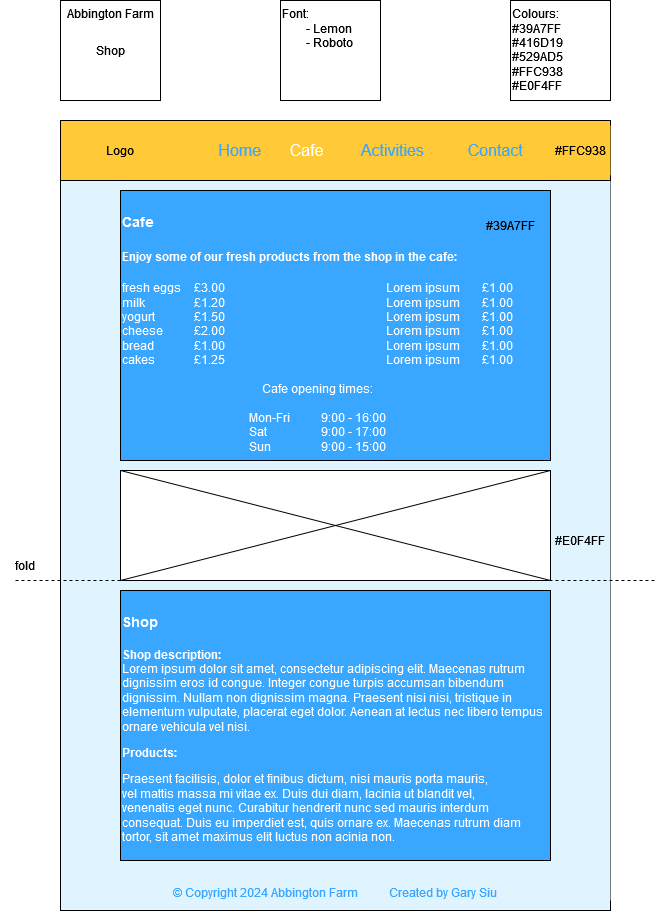
G-Siu/100DaysOfCode keeps this draw.io diagram as GCC Software Development/Web Course/Assignment/Task 1/Shop.png. Above is the earlier version. Source tidied: cells renumbered, new cells last; positions are measured from the earlier drawing's top-left corner, leaving out a move shared by most shapes.
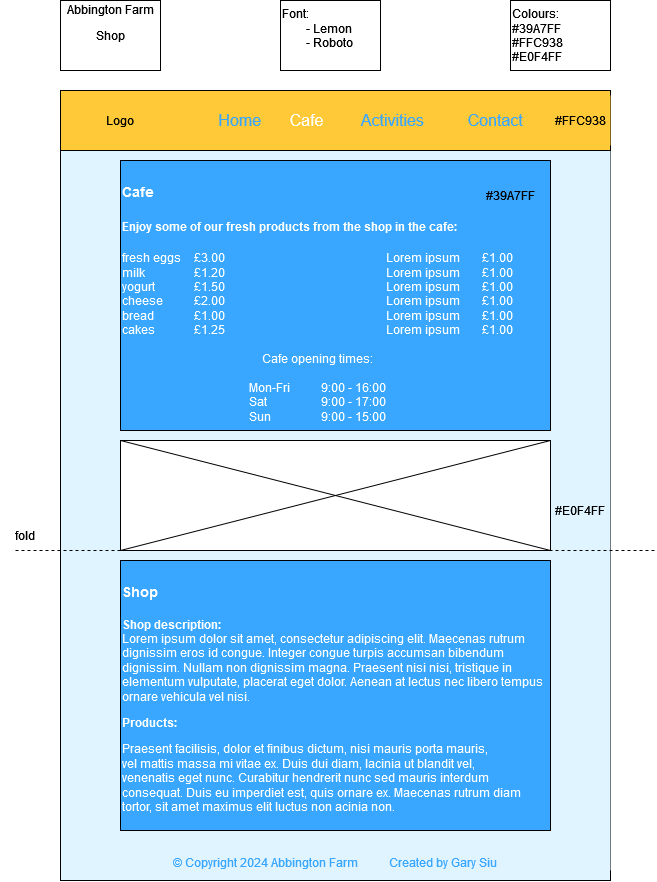
After the commit.

The edit, as a diff of the source:
```diff
@@ -2,18 +2,6 @@
   <root>
     <mxCell id="0" />
     <mxCell id="1" parent="0" />
-    <mxCell id="2" value="Font:&lt;br&gt;&lt;span style=&quot;white-space: pre;&quot;&gt;&#9;&lt;/span&gt;- Lemon&lt;br&gt;&lt;span style=&quot;white-space: pre;&quot;&gt;&#9;&lt;/span&gt;- Roboto" style="rounded=0;whiteSpace=wrap;html=1;align=left;verticalAlign=top;fontStyle=0;" parent="1" vertex="1">
-      <mxGeometry x="280" width="100" height="100" as="geometry" />
-    </mxCell>
-    <mxCell id="3" style="group;" parent="1" vertex="1">
-      <mxGeometry x="60" width="100" height="100" as="geometry" />
-    </mxCell>
-    <mxCell id="4" value="Shop" style="rounded=0;whiteSpace=wrap;html=1;align=center;verticalAlign=middle;" parent="3" vertex="1">
-      <mxGeometry width="100" height="100" as="geometry" />
-    </mxCell>
-    <mxCell id="5" value="Abbington Farm" style="rounded=0;whiteSpace=wrap;html=1;strokeColor=none;fillColor=none;" parent="3" vertex="1">
-      <mxGeometry x="5" width="90" height="25" as="geometry" />
-    </mxCell>
     <mxCell id="6" style="rounded=0;whiteSpace=wrap;html=1;fillColor=#E0F4FF;" parent="1" vertex="1">
       <mxGeometry x="60" y="180" width="550" height="730" as="geometry" />
     </mxCell>
@@ -59,8 +47,20 @@
     <mxCell id="19" value="&lt;font color=&quot;#39a7ff&quot;&gt;&lt;br&gt;&lt;/font&gt;&lt;p&gt;&lt;font color=&quot;#39a7ff&quot;&gt;© Copyright 2024 Abbington Farm&lt;span style=&quot;white-space: pre;&quot;&gt;&#9;&lt;/span&gt;&lt;span style=&quot;white-space: pre;&quot;&gt;&#9;&lt;/span&gt;Created by Gary Siu&lt;br&gt;&lt;/font&gt;&lt;/p&gt;" style="rounded=0;whiteSpace=wrap;html=1;verticalAlign=middle;align=center;fillColor=#E0F4FF;strokeColor=none;" parent="1" vertex="1">
       <mxGeometry x="120" y="870" width="430" height="30" as="geometry" />
     </mxCell>
-    <mxCell id="20" value="Colours:&lt;span style=&quot;&quot;&gt; &lt;br&gt;#39A7FF&lt;br&gt;#416D19&lt;br&gt;#529AD5&lt;/span&gt;&lt;br&gt;#FFC938&lt;br&gt;#E0F4FF" style="rounded=0;whiteSpace=wrap;html=1;align=left;verticalAlign=top;fontStyle=0;" parent="1" vertex="1">
-      <mxGeometry x="510" width="100" height="100" as="geometry" />
-    </mxCell>
+    <mxCell id="2" value="Font:&lt;br&gt;&lt;span style=&quot;white-space: pre;&quot;&gt;&#9;&lt;/span&gt;- Lemon&lt;br&gt;&lt;span style=&quot;white-space: pre;&quot;&gt;&#9;&lt;/span&gt;- Roboto" style="rounded=0;whiteSpace=wrap;html=1;align=left;verticalAlign=top;fontStyle=0;" parent="1" vertex="1">
+      <mxGeometry x="280" y="30" width="100" height="70" as="geometry" />
+    </mxCell>
+    <mxCell id="21" value="Colours:&lt;span style=&quot;&quot;&gt; &lt;br&gt;#39A7FF&lt;/span&gt;&lt;br&gt;#FFC938&lt;br&gt;#E0F4FF" style="rounded=0;whiteSpace=wrap;html=1;align=left;verticalAlign=top;fontStyle=0;" parent="1" vertex="1">
+      <mxGeometry x="510" y="30" width="100" height="70" as="geometry" />
+    </mxCell>
+    <mxCell id="22" style="group;" parent="1" vertex="1">
+      <mxGeometry x="60" y="30" width="100" height="70" as="geometry" />
+    </mxCell>
+    <mxCell id="4" value="Shop" style="rounded=0;whiteSpace=wrap;html=1;align=center;verticalAlign=middle;" parent="22" vertex="1">
+      <mxGeometry width="100" height="70" as="geometry" />
+    </mxCell>
+    <mxCell id="5" value="Abbington Farm" style="rounded=0;whiteSpace=wrap;html=1;strokeColor=none;fillColor=none;" parent="22" vertex="1">
+      <mxGeometry x="5" width="90" height="17.5" as="geometry" />
+    </mxCell>
   </root>
 </mxGraphModel>
```
